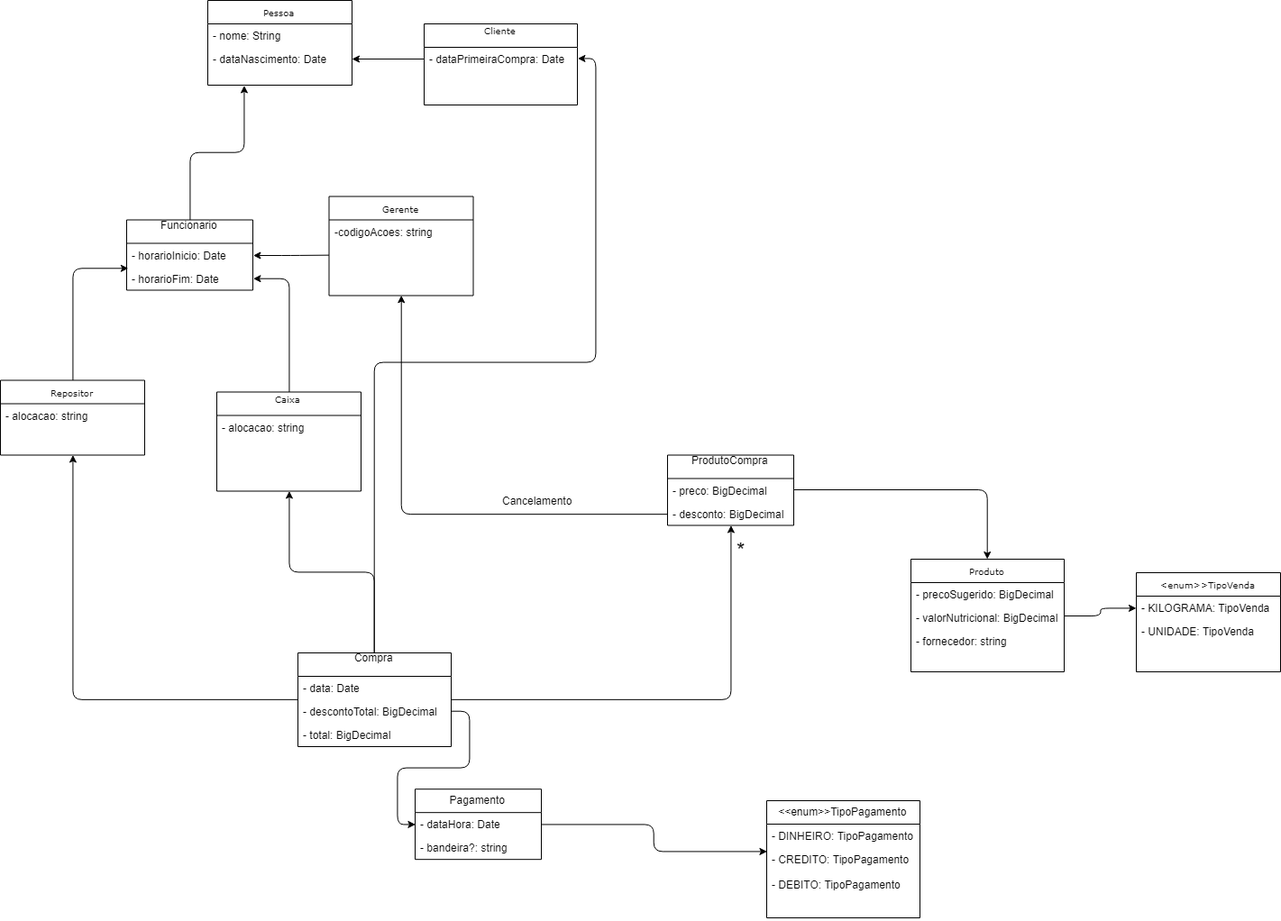
The draw.io diagram entrega-2/1) Modelagem/Entrega 2 - Modelagem 2018.2.png in nicolas-sss/lp-nmcf-20191, before a commit. Source tidied: cells renumbered, new cells last; positions are measured from the earlier drawing's top-left corner, leaving out a move shared by most shapes.
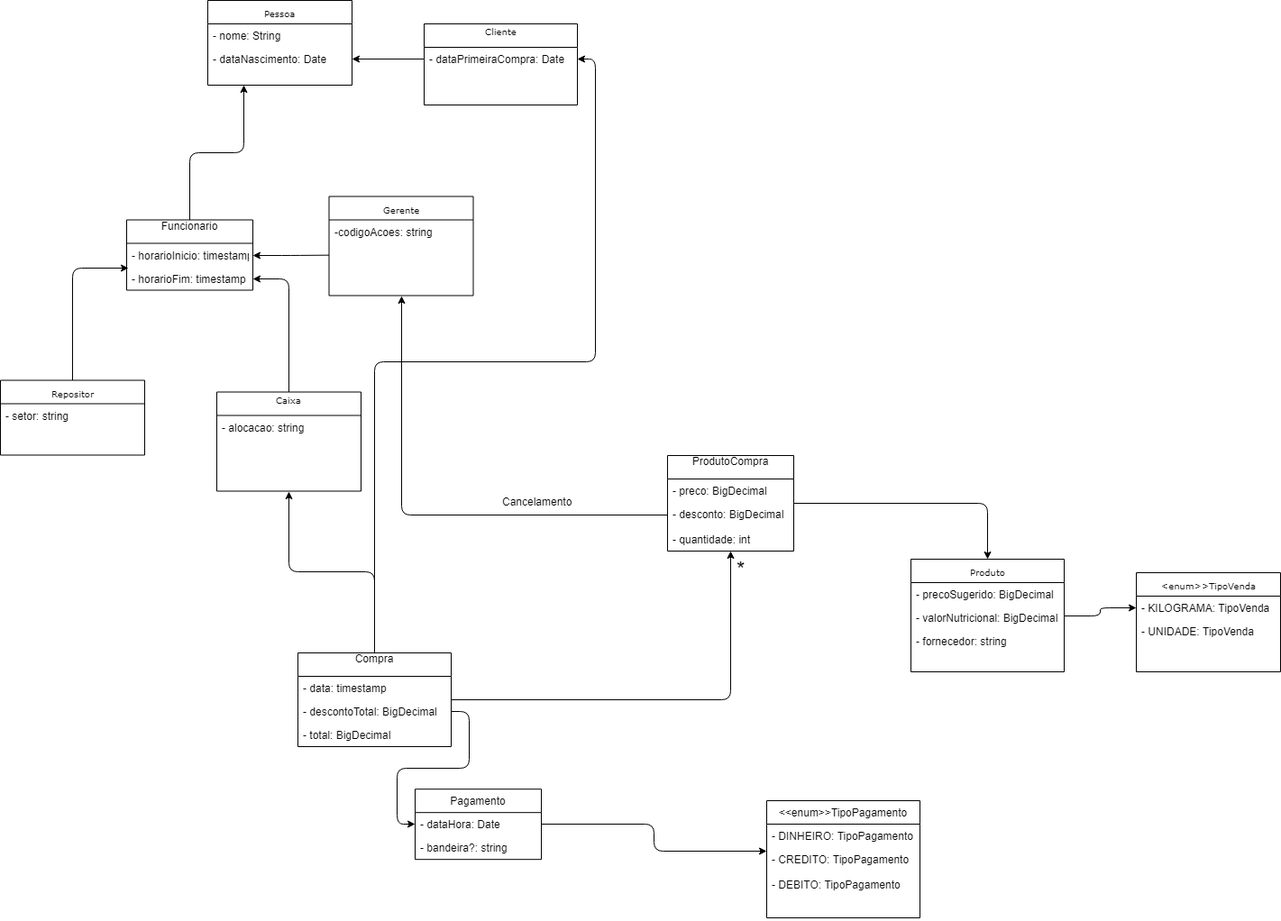
Above is the later version.

Commit message:
Modificação de alguns objetos.

Change to the diagram source:
```diff
@@ -23,7 +23,7 @@
     <mxCell id="8" value="Repositor&lt;br&gt;" style="swimlane;html=1;fontStyle=0;horizontal=1;startSize=26;fillColor=none;swimlaneFillColor=#ffffff;rounded=0;shadow=0;comic=0;labelBackgroundColor=none;strokeColor=#000000;strokeWidth=1;fontFamily=Verdana;fontSize=10;fontColor=#000000;align=center;" parent="1" vertex="1">
       <mxGeometry y="421.5" width="160" height="83" as="geometry" />
     </mxCell>
-    <mxCell id="9" value="- alocacao: string" style="text;html=1;strokeColor=none;fillColor=none;align=left;verticalAlign=top;spacingLeft=4;spacingRight=4;whiteSpace=wrap;overflow=hidden;" parent="8" vertex="1">
+    <mxCell id="9" value="- setor: string" style="text;html=1;strokeColor=none;fillColor=none;align=left;verticalAlign=top;spacingLeft=4;spacingRight=4;whiteSpace=wrap;overflow=hidden;" parent="8" vertex="1">
       <mxGeometry y="26" width="160" height="26" as="geometry" />
     </mxCell>
     <mxCell id="10" style="edgeStyle=orthogonalEdgeStyle;rounded=1;jettySize=auto;html=1;entryX=1;entryY=0.5;entryDx=0;entryDy=0;" parent="1" edge="1" source="11" target="49">
@@ -149,16 +149,13 @@
     <mxCell id="35" style="edgeStyle=orthogonalEdgeStyle;rounded=1;jettySize=auto;html=1;entryX=0.5;entryY=1;entryDx=0;entryDy=0;" parent="1" edge="1" source="38" target="11">
       <mxGeometry relative="1" as="geometry" />
     </mxCell>
-    <mxCell id="36" style="edgeStyle=orthogonalEdgeStyle;rounded=1;jettySize=auto;html=1;entryX=0.5;entryY=1;entryDx=0;entryDy=0;" parent="1" edge="1" source="38" target="8">
-      <mxGeometry relative="1" as="geometry" />
-    </mxCell>
     <mxCell id="37" style="edgeStyle=orthogonalEdgeStyle;rounded=1;jettySize=auto;html=1;entryX=1;entryY=0.5;entryDx=0;entryDy=0;" parent="1" edge="1" source="38" target="14">
       <mxGeometry relative="1" as="geometry" />
     </mxCell>
     <mxCell id="38" value="Compra&#10;" style="swimlane;fontStyle=0;horizontal=1;startSize=26;fillColor=none;" parent="1" vertex="1">
       <mxGeometry x="330" y="724" width="170" height="104" as="geometry" />
     </mxCell>
-    <mxCell id="39" value="- data: Date" style="text;strokeColor=none;fillColor=none;align=left;verticalAlign=top;spacingLeft=4;spacingRight=4;overflow=hidden;" parent="38" vertex="1">
+    <mxCell id="39" value="- data: timestamp" style="text;strokeColor=none;fillColor=none;align=left;verticalAlign=top;spacingLeft=4;spacingRight=4;overflow=hidden;" parent="38" vertex="1">
       <mxGeometry y="26" width="170" height="26" as="geometry" />
     </mxCell>
     <mxCell id="40" value="- descontoTotal: BigDecimal" style="text;strokeColor=none;fillColor=none;align=left;verticalAlign=top;spacingLeft=4;spacingRight=4;overflow=hidden;points=[[0,0.5],[1,0.5]];portConstraint=eastwest;" parent="38" vertex="1">
@@ -171,24 +168,27 @@
       <mxGeometry relative="1" as="geometry" />
     </mxCell>
     <mxCell id="43" value="ProdutoCompra&#10;" style="swimlane;fontStyle=0;horizontal=1;startSize=26;fillColor=none;" parent="1" vertex="1">
-      <mxGeometry x="740" y="504.5" width="140" height="78" as="geometry" />
+      <mxGeometry x="740" y="505" width="140" height="106" as="geometry" />
     </mxCell>
     <mxCell id="44" value="- preco: BigDecimal" style="text;strokeColor=none;fillColor=none;align=left;verticalAlign=top;spacingLeft=4;spacingRight=4;overflow=hidden;" parent="43" vertex="1">
       <mxGeometry y="26" width="140" height="26" as="geometry" />
     </mxCell>
     <mxCell id="45" value="- desconto: BigDecimal" style="text;strokeColor=none;fillColor=none;align=left;verticalAlign=top;spacingLeft=4;spacingRight=4;overflow=hidden;points=[[0,0.5],[1,0.5]];portConstraint=eastwest;" parent="43" vertex="1">
-      <mxGeometry y="52" width="140" height="26" as="geometry" />
+      <mxGeometry y="52" width="140" height="28" as="geometry" />
     </mxCell>
+    <mxCell id="63" value="- quantidade: int" style="text;strokeColor=none;fillColor=none;align=left;verticalAlign=top;spacingLeft=4;spacingRight=4;overflow=hidden;" parent="43" vertex="1">
+      <mxGeometry y="80" width="140" height="26" as="geometry" />
+    </mxCell>
     <mxCell id="46" style="edgeStyle=orthogonalEdgeStyle;rounded=1;jettySize=auto;html=1;entryX=0.25;entryY=1;entryDx=0;entryDy=0;" parent="1" edge="1" source="47" target="2">
       <mxGeometry relative="1" as="geometry" />
     </mxCell>
     <mxCell id="47" value="Funcionario&#10;" style="swimlane;fontStyle=0;horizontal=1;startSize=26;fillColor=none;" parent="1" vertex="1">
       <mxGeometry x="140" y="243.5" width="140" height="78" as="geometry" />
     </mxCell>
-    <mxCell id="48" value="- horarioInicio: Date" style="text;strokeColor=none;fillColor=none;align=left;verticalAlign=top;spacingLeft=4;spacingRight=4;overflow=hidden;points=[[0,0.5],[1,0.5]];portConstraint=eastwest;" parent="47" vertex="1">
+    <mxCell id="48" value="- horarioInicio: timestamp" style="text;strokeColor=none;fillColor=none;align=left;verticalAlign=top;spacingLeft=4;spacingRight=4;overflow=hidden;points=[[0,0.5],[1,0.5]];portConstraint=eastwest;" parent="47" vertex="1">
       <mxGeometry y="26" width="140" height="26" as="geometry" />
     </mxCell>
-    <mxCell id="49" value="- horarioFim: Date" style="text;strokeColor=none;fillColor=none;align=left;verticalAlign=top;spacingLeft=4;spacingRight=4;overflow=hidden;points=[[0,0.5],[1,0.5]];portConstraint=eastwest;" parent="47" vertex="1">
+    <mxCell id="49" value="- horarioFim: timestamp" style="text;strokeColor=none;fillColor=none;align=left;verticalAlign=top;spacingLeft=4;spacingRight=4;overflow=hidden;points=[[0,0.5],[1,0.5]];portConstraint=eastwest;" parent="47" vertex="1">
       <mxGeometry y="52" width="140" height="26" as="geometry" />
     </mxCell>
     <mxCell id="50" value="&amp;lt;enum&amp;gt;&amp;gt;TipoVenda&lt;br&gt;" style="swimlane;html=1;fontStyle=0;horizontal=1;startSize=26;fillColor=none;swimlaneFillColor=#ffffff;rounded=0;shadow=0;comic=0;labelBackgroundColor=none;strokeColor=#000000;strokeWidth=1;fontFamily=Verdana;fontSize=10;fontColor=#000000;align=center;" parent="1" vertex="1">
@@ -222,7 +222,7 @@
       <mxGeometry x="555" y="546.5" width="90" height="20" as="geometry" />
     </mxCell>
     <mxCell id="60" value="&lt;font style=&quot;font-size: 24px&quot;&gt;*&lt;/font&gt;" style="text;html=1;align=left;verticalAlign=top;spacingTop=-4;" parent="1" vertex="1">
-      <mxGeometry x="815" y="594" width="20" height="20" as="geometry" />
+      <mxGeometry x="815" y="615" width="20" height="20" as="geometry" />
     </mxCell>
     <mxCell id="61" style="edgeStyle=orthogonalEdgeStyle;rounded=1;jettySize=auto;html=1;entryX=1;entryY=0.5;entryDx=0;entryDy=0;" parent="1" edge="1" target="48">
       <mxGeometry relative="1" as="geometry">
```
